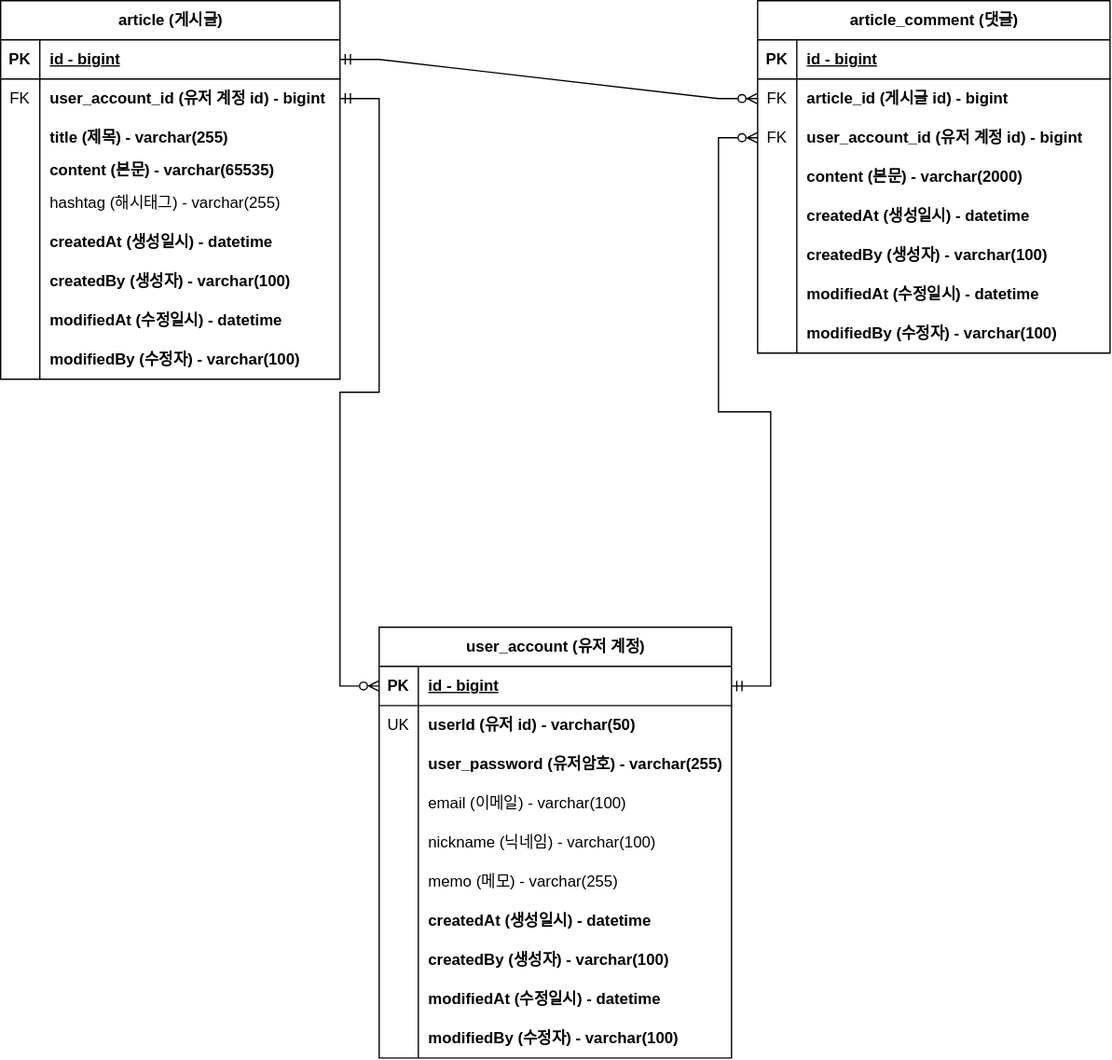
The draw.io diagram document/board-project-erd.drawio.svg in yjin0034/board-project, before a commit. Source tidied: cells renumbered, new cells last; positions are measured from the earlier drawing's top-left corner, leaving out a move shared by most shapes.
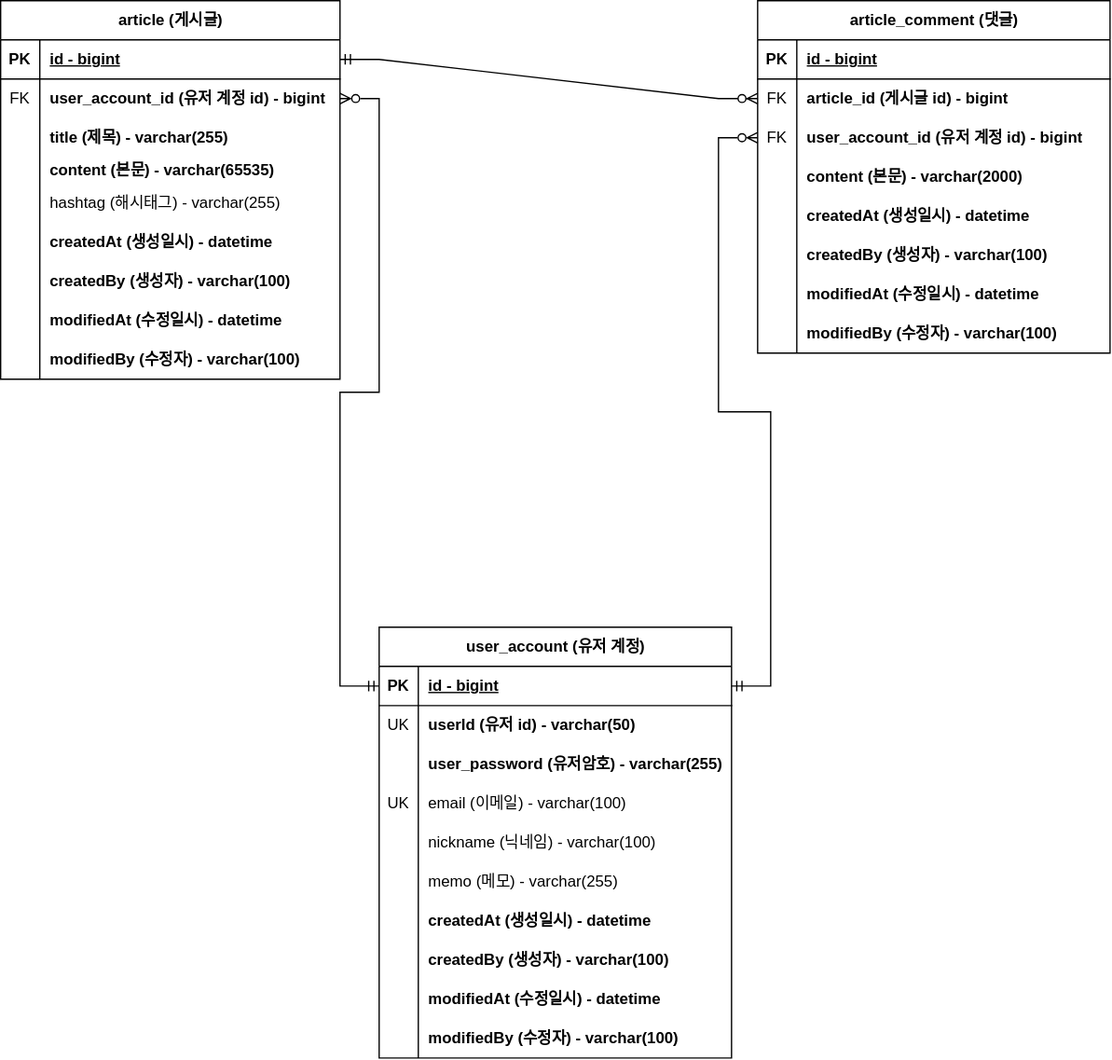
Later version of the same file.

Commit message:
#28 - erd 업데이트: 회원 계정 도메인의 이메일에 유니크 키 추가, 게시글과 유저 계정 사이 기호 표기 수정

Diff of the diagram source:
```diff
@@ -197,7 +197,7 @@
     <mxCell id="66" style="shape=tableRow;horizontal=0;startSize=0;swimlaneHead=0;swimlaneBody=0;fillColor=none;top=0;left=0;right=0;bottom=0;" parent="56" vertex="1">
       <mxGeometry y="120" width="270" height="30" as="geometry" />
     </mxCell>
-    <mxCell id="67" style="shape=partialRectangle;fillColor=none;top=0;left=0;bottom=0;right=0;overflow=hidden;whiteSpace=wrap;html=1;" parent="66" vertex="1">
+    <mxCell id="67" value="UK" style="shape=partialRectangle;fillColor=none;top=0;left=0;bottom=0;right=0;overflow=hidden;whiteSpace=wrap;html=1;" parent="66" vertex="1">
       <mxGeometry width="30" height="30" as="geometry" />
     </mxCell>
     <mxCell id="68" value="&lt;span style=&quot;font-weight: normal;&quot;&gt;email (이메일) - varchar(100)&lt;/span&gt;" style="shape=partialRectangle;fillColor=none;top=0;left=0;bottom=0;right=0;align=left;spacingLeft=6;overflow=hidden;whiteSpace=wrap;html=1;fontStyle=1;" parent="66" vertex="1">
@@ -276,7 +276,7 @@
         </Array>
       </mxGeometry>
     </mxCell>
-    <mxCell id="88" style="endArrow=ERzeroToMany;html=1;rounded=0;edgeStyle=entityRelationEdgeStyle;endFill=0;startArrow=ERmandOne;startFill=0;exitX=1;exitY=0.5;exitDx=0;exitDy=0;entryX=0;entryY=0.5;entryDx=0;entryDy=0;" parent="1" edge="1" source="6" target="57">
+    <mxCell id="88" style="endArrow=ERmandOne;html=1;rounded=0;edgeStyle=entityRelationEdgeStyle;endFill=0;startArrow=ERzeroToMany;startFill=0;exitX=1;exitY=0.5;exitDx=0;exitDy=0;entryX=0;entryY=0.5;entryDx=0;entryDy=0;" parent="1" edge="1" source="6" target="57">
       <mxGeometry relative="1" as="geometry">
         <Array as="points">
           <mxPoint x="230" y="320" />
```
